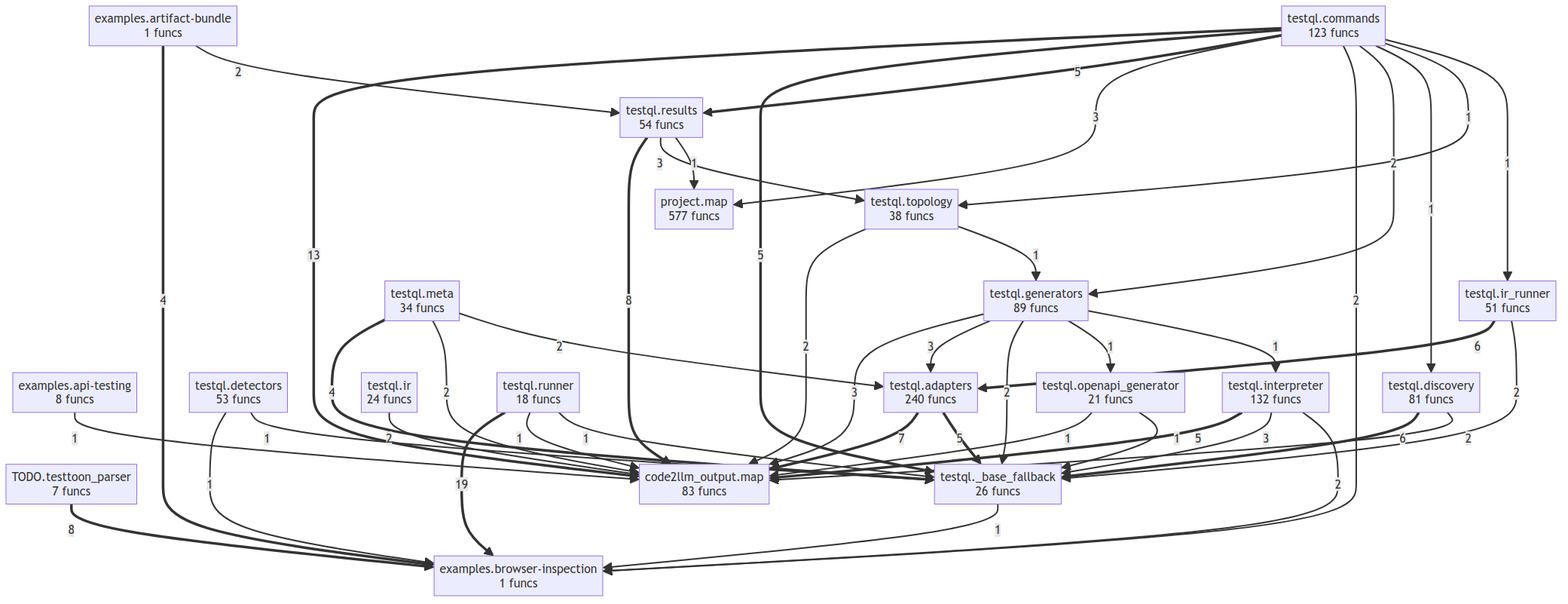
Before: project/compact_flow.png, a diagram exported from Mermaid (oqlos/testql). Its source is kept beside it as project/compact_flow.mmd.
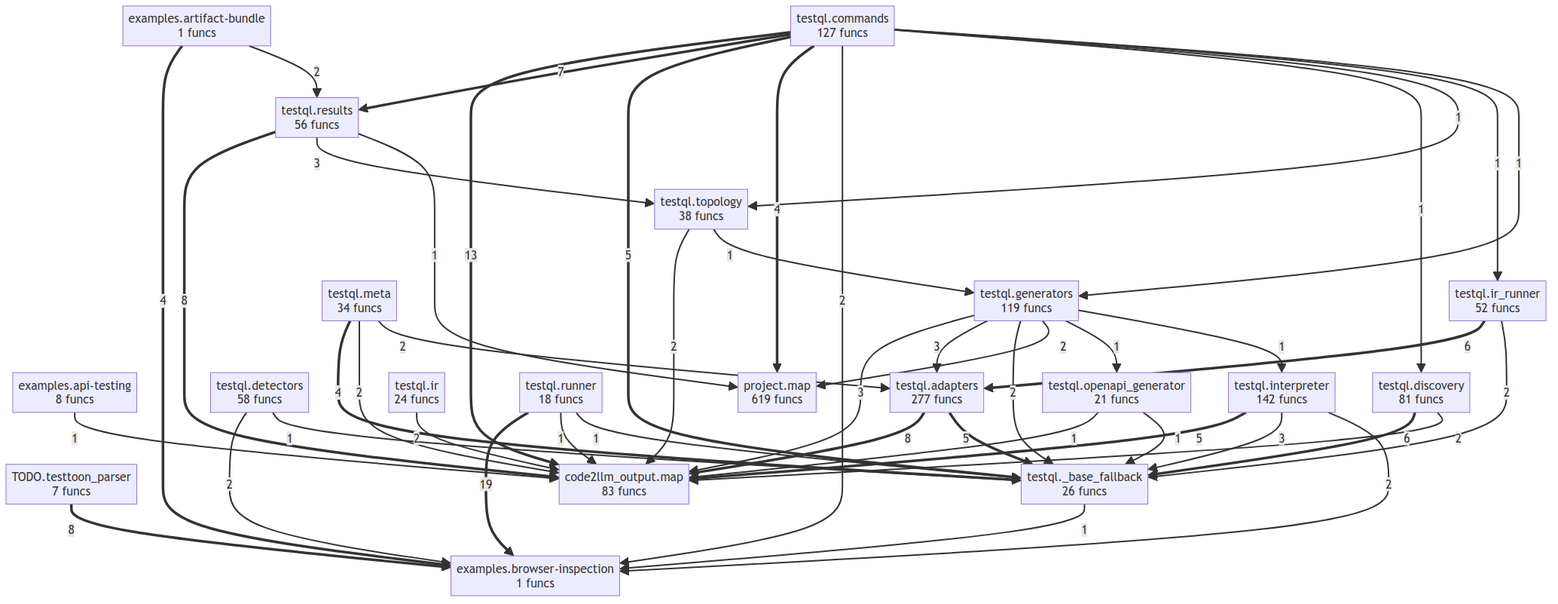
The same file after the commit.

What changed in the source:
```diff
@@ -4,50 +4,52 @@
     examples__api_testing["examples.api-testing<br/>8 funcs"]
     examples__artifact_bundle["examples.artifact-bundle<br/>1 funcs"]
     examples__browser_inspection["examples.browser-inspection<br/>1 funcs"]
-    project__map["project.map<br/>577 funcs"]
+    project__map["project.map<br/>619 funcs"]
     testql___base_fallback["testql._base_fallback<br/>26 funcs"]
-    testql__adapters["testql.adapters<br/>240 funcs"]
-    testql__commands["testql.commands<br/>123 funcs"]
-    testql__detectors["testql.detectors<br/>53 funcs"]
+    testql__adapters["testql.adapters<br/>277 funcs"]
+    testql__commands["testql.commands<br/>127 funcs"]
+    testql__detectors["testql.detectors<br/>58 funcs"]
     testql__discovery["testql.discovery<br/>81 funcs"]
-    testql__generators["testql.generators<br/>89 funcs"]
-    testql__interpreter["testql.interpreter<br/>132 funcs"]
+    testql__generators["testql.generators<br/>119 funcs"]
+    testql__interpreter["testql.interpreter<br/>142 funcs"]
     testql__ir["testql.ir<br/>24 funcs"]
-    testql__ir_runner["testql.ir_runner<br/>51 funcs"]
+    testql__ir_runner["testql.ir_runner<br/>52 funcs"]
     testql__meta["testql.meta<br/>34 funcs"]
     testql__openapi_generator["testql.openapi_generator<br/>21 funcs"]
-    testql__results["testql.results<br/>54 funcs"]
+    testql__results["testql.results<br/>56 funcs"]
     testql__runner["testql.runner<br/>18 funcs"]
     testql__topology["testql.topology<br/>38 funcs"]
     testql__runner ==>|19| examples__browser_inspection
     testql__commands ==>|13| code2llm_output__map
     TODO__testtoon_parser ==>|8| examples__browser_inspection
     testql__results ==>|8| code2llm_output__map
-    testql__adapters ==>|7| code2llm_output__map
+    testql__adapters ==>|8| code2llm_output__map
+    testql__commands ==>|7| testql__results
     testql__discovery ==>|6| testql___base_fallback
     testql__ir_runner ==>|6| testql__adapters
     testql__commands ==>|5| testql___base_fallback
-    testql__commands ==>|5| testql__results
     testql__interpreter ==>|5| code2llm_output__map
     testql__adapters ==>|5| testql___base_fallback
     examples__artifact_bundle ==>|4| examples__browser_inspection
+    testql__commands ==>|4| project__map
     testql__meta ==>|4| testql___base_fallback
-    testql__commands -->|3| project__map
     testql__interpreter -->|3| testql___base_fallback
     testql__results -->|3| testql__topology
     testql__generators -->|3| code2llm_output__map
     testql__generators -->|3| testql__adapters
     examples__artifact_bundle -->|2| testql__results
     testql__commands -->|2| examples__browser_inspection
-    testql__commands -->|2| testql__generators
     testql__interpreter -->|2| examples__browser_inspection
     testql__ir -->|2| code2llm_output__map
     testql__discovery -->|2| code2llm_output__map
     testql__generators -->|2| testql___base_fallback
+    testql__generators -->|2| project__map
     testql__meta -->|2| code2llm_output__map
     testql__meta -->|2| testql__adapters
+    testql__detectors -->|2| examples__browser_inspection
     testql__ir_runner -->|2| testql___base_fallback
     testql__topology -->|2| code2llm_output__map
+    examples__api_testing -->|1| code2llm_output__map
     testql__runner -->|1| code2llm_output__map
     testql__runner -->|1| testql___base_fallback
     testql__openapi_generator -->|1| code2llm_output__map
@@ -56,10 +58,9 @@
     testql__commands -->|1| testql__discovery
     testql__commands -->|1| testql__topology
     testql__commands -->|1| testql__ir_runner
+    testql__commands -->|1| testql__generators
     testql__results -->|1| project__map
     testql__generators -->|1| testql__openapi_generator
     testql__generators -->|1| testql__interpreter
-    testql__detectors -->|1| examples__browser_inspection
     testql__detectors -->|1| testql___base_fallback
     testql__topology -->|1| testql__generators
-    examples__api_testing -->|1| code2llm_output__map
```
